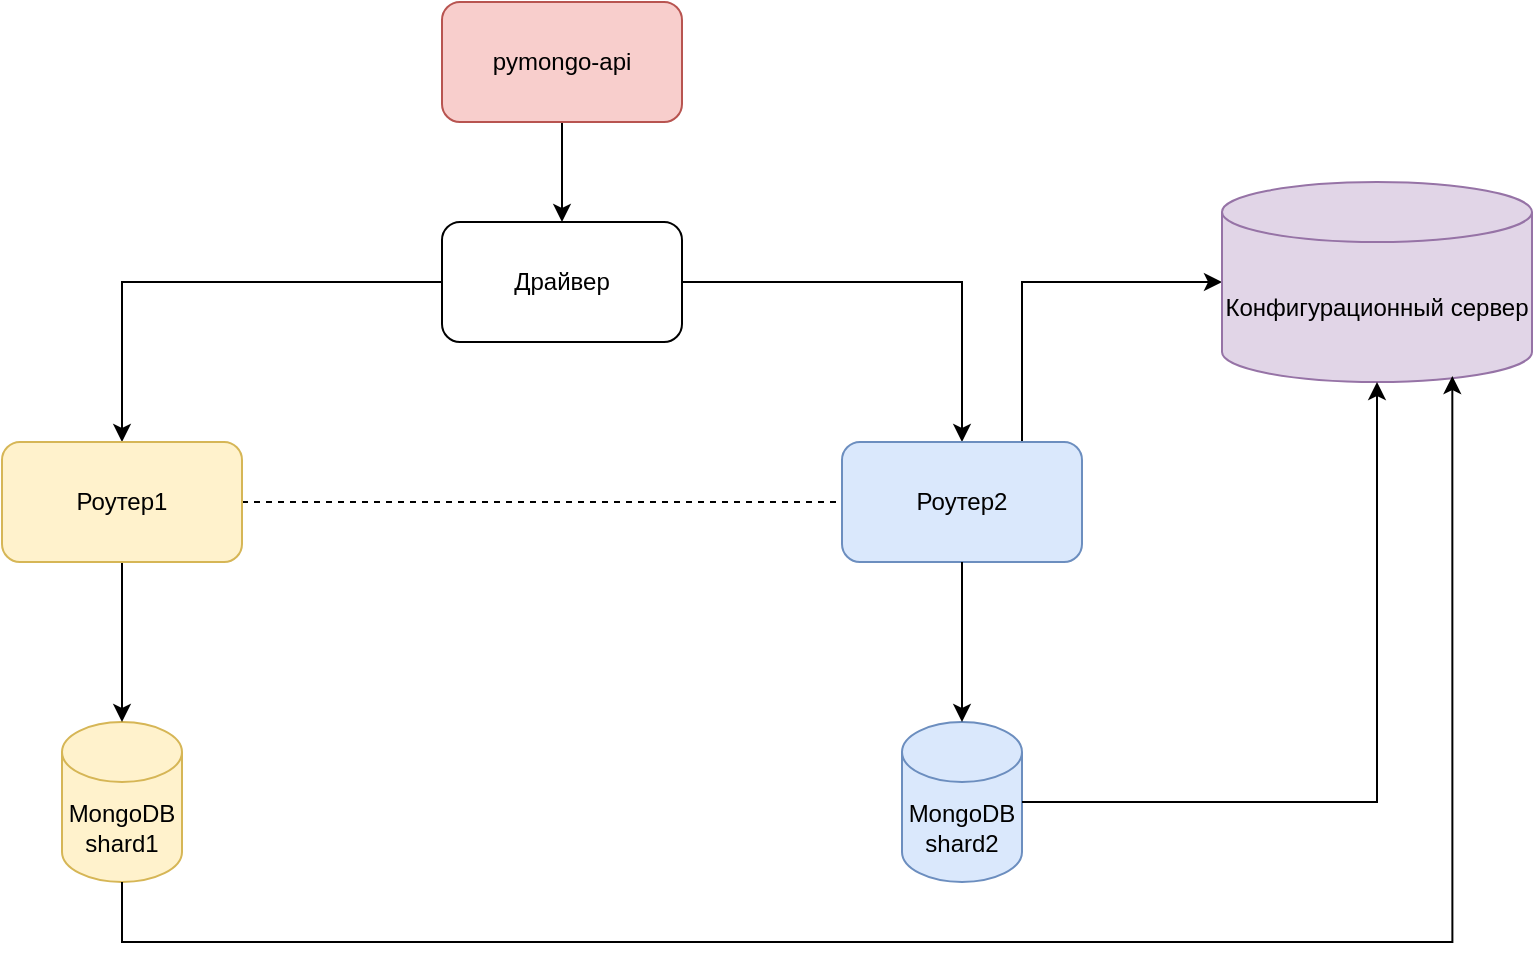
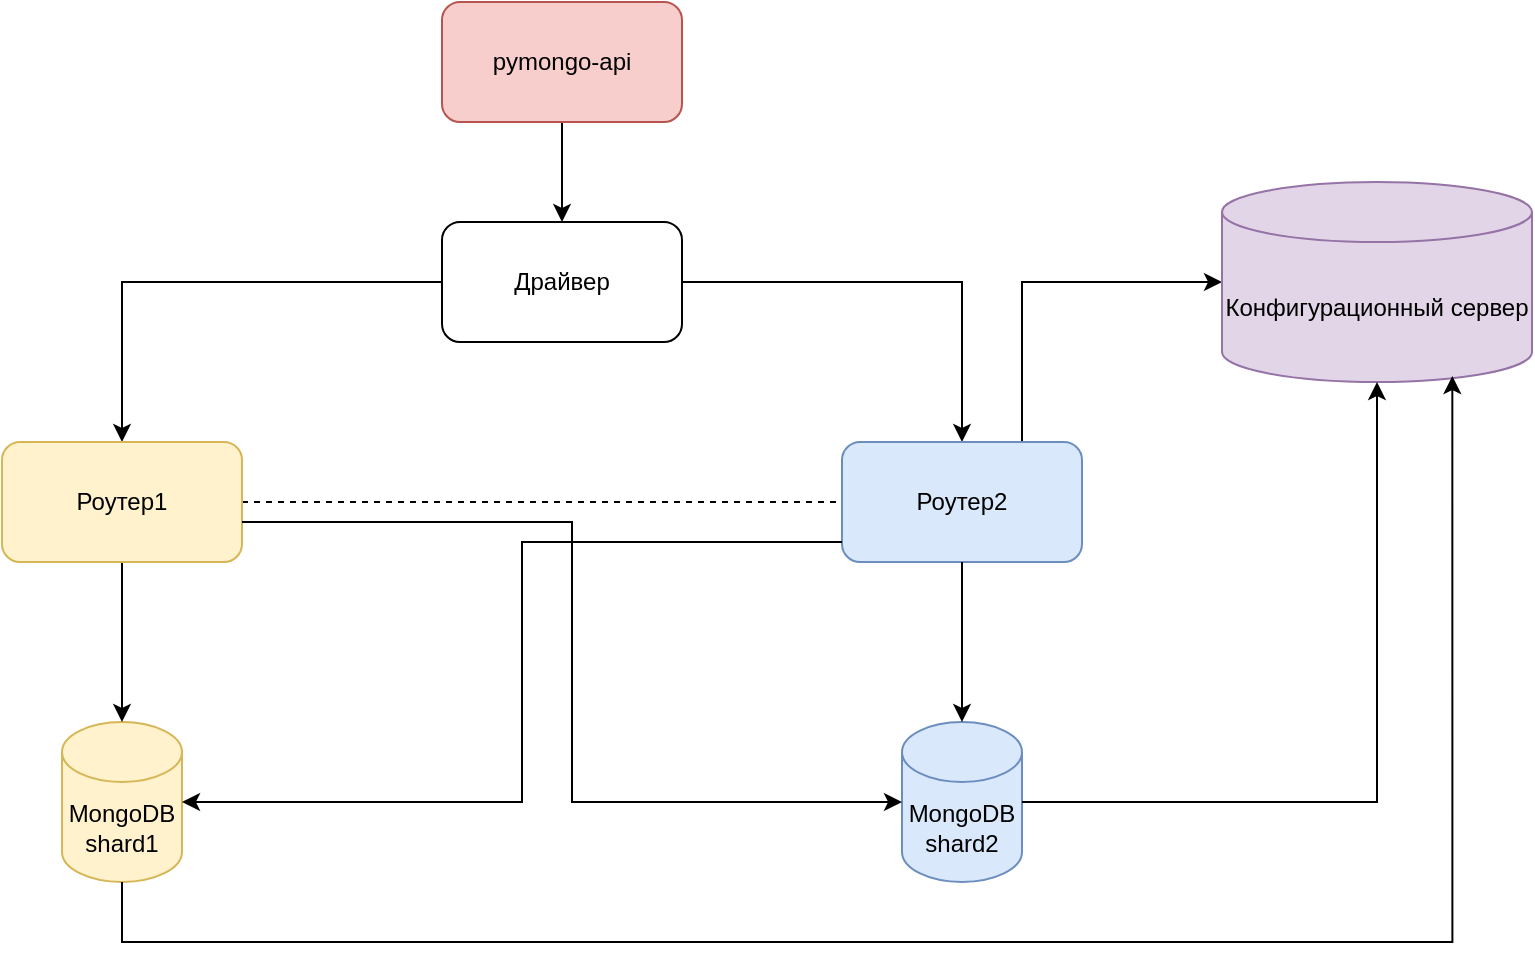
<mxfile host="app.diagrams.net" agent="Mozilla/5.0 (Macintosh; Intel Mac OS X 10_15_7) AppleWebKit/537.36 (KHTML, like Gecko) draw.io/24.6.4 Chrome/124.0.6367.207 Electron/30.0.6 Safari/537.36">
  <diagram name="Page-1" id="-H_mtQnk-PTXWXPvYvuk">
    <mxGraphModel dx="1030" dy="562" grid="1" gridSize="10" guides="1" tooltips="1" connect="1" arrows="1" fold="1" page="1" pageScale="1" pageWidth="1169" pageHeight="827" math="0" shadow="0">
      <root>
        <mxCell id="0" />
        <mxCell id="1" parent="0" />
        <mxCell id="zA23MoTUsTF4_91t8viU-2" parent="1" style="shape=cylinder3;whiteSpace=wrap;html=1;boundedLbl=1;backgroundOutline=1;size=15;fillColor=#fff2cc;strokeColor=#d6b656;" value="MongoDB&lt;br&gt;shard1" vertex="1">
          <mxGeometry height="80" width="60" x="150" y="470" as="geometry" />
        </mxCell>
        <mxCell id="JA4CdrQExTbod57CP28f-2" edge="1" parent="1" source="zA23MoTUsTF4_91t8viU-3" style="edgeStyle=orthogonalEdgeStyle;rounded=0;orthogonalLoop=1;jettySize=auto;html=1;" target="JA4CdrQExTbod57CP28f-1" value="">
          <mxGeometry relative="1" as="geometry" />
        </mxCell>
        <mxCell id="zA23MoTUsTF4_91t8viU-3" parent="1" style="rounded=1;whiteSpace=wrap;html=1;fillColor=#f8cecc;strokeColor=#b85450;" value="pymongo-api" vertex="1">
          <mxGeometry height="60" width="120" x="340" y="110" as="geometry" />
        </mxCell>
        <mxCell id="JA4CdrQExTbod57CP28f-4" edge="1" parent="1" source="JA4CdrQExTbod57CP28f-1" style="edgeStyle=orthogonalEdgeStyle;rounded=0;orthogonalLoop=1;jettySize=auto;html=1;" target="JA4CdrQExTbod57CP28f-3" value="">
          <mxGeometry relative="1" as="geometry" />
        </mxCell>
        <mxCell id="JA4CdrQExTbod57CP28f-10" edge="1" parent="1" source="JA4CdrQExTbod57CP28f-1" style="edgeStyle=orthogonalEdgeStyle;rounded=0;orthogonalLoop=1;jettySize=auto;html=1;" target="JA4CdrQExTbod57CP28f-7">
          <mxGeometry relative="1" as="geometry" />
        </mxCell>
        <mxCell id="JA4CdrQExTbod57CP28f-1" parent="1" style="whiteSpace=wrap;html=1;rounded=1;rotation=0;" value="Драйвер" vertex="1">
          <mxGeometry height="60" width="120" x="340" y="220" as="geometry" />
        </mxCell>
        <mxCell id="JA4CdrQExTbod57CP28f-15" edge="1" parent="1" source="JA4CdrQExTbod57CP28f-3" style="edgeStyle=orthogonalEdgeStyle;rounded=0;orthogonalLoop=1;jettySize=auto;html=1;" target="zA23MoTUsTF4_91t8viU-2">
          <mxGeometry relative="1" as="geometry" />
        </mxCell>
        <mxCell id="JA4CdrQExTbod57CP28f-18" edge="1" parent="1" source="JA4CdrQExTbod57CP28f-3" style="edgeStyle=orthogonalEdgeStyle;rounded=0;orthogonalLoop=1;jettySize=auto;html=1;dashed=1;endArrow=none;endFill=0;" target="JA4CdrQExTbod57CP28f-7">
          <mxGeometry relative="1" as="geometry" />
        </mxCell>
        <mxCell id="JA4CdrQExTbod57CP28f-3" parent="1" style="whiteSpace=wrap;html=1;rounded=1;fillColor=#fff2cc;strokeColor=#d6b656;" value="Роутер1" vertex="1">
          <mxGeometry height="60" width="120" x="120" y="330" as="geometry" />
        </mxCell>
        <mxCell id="JA4CdrQExTbod57CP28f-12" edge="1" parent="1" source="JA4CdrQExTbod57CP28f-7" style="edgeStyle=orthogonalEdgeStyle;rounded=0;orthogonalLoop=1;jettySize=auto;html=1;" target="JA4CdrQExTbod57CP28f-11">
          <mxGeometry relative="1" as="geometry">
            <Array as="points">
              <mxPoint x="630" y="250" />
            </Array>
          </mxGeometry>
        </mxCell>
        <mxCell id="JA4CdrQExTbod57CP28f-7" parent="1" style="whiteSpace=wrap;html=1;rounded=1;fillColor=#dae8fc;strokeColor=#6c8ebf;" value="Роутер2" vertex="1">
          <mxGeometry height="60" width="120" x="540" y="330" as="geometry" />
        </mxCell>
        <mxCell id="JA4CdrQExTbod57CP28f-11" parent="1" style="shape=cylinder3;whiteSpace=wrap;html=1;boundedLbl=1;backgroundOutline=1;size=15;fillColor=#e1d5e7;strokeColor=#9673a6;" value="Конфигурационный сервер" vertex="1">
          <mxGeometry height="100" width="155" x="730" y="200" as="geometry" />
        </mxCell>
        <mxCell id="JA4CdrQExTbod57CP28f-13" parent="1" style="shape=cylinder3;whiteSpace=wrap;html=1;boundedLbl=1;backgroundOutline=1;size=15;fillColor=#dae8fc;strokeColor=#6c8ebf;" value="MongoDB&lt;br&gt;shard2" vertex="1">
          <mxGeometry height="80" width="60" x="570" y="470" as="geometry" />
        </mxCell>
        <mxCell id="JA4CdrQExTbod57CP28f-14" edge="1" parent="1" source="JA4CdrQExTbod57CP28f-7" style="edgeStyle=orthogonalEdgeStyle;rounded=0;orthogonalLoop=1;jettySize=auto;html=1;" target="JA4CdrQExTbod57CP28f-13">
          <mxGeometry relative="1" as="geometry">
            <Array as="points" />
          </mxGeometry>
        </mxCell>
        <mxCell id="JA4CdrQExTbod57CP28f-16" edge="1" parent="1" source="JA4CdrQExTbod57CP28f-13" style="edgeStyle=orthogonalEdgeStyle;rounded=0;orthogonalLoop=1;jettySize=auto;html=1;entryX=0.5;entryY=1;entryDx=0;entryDy=0;entryPerimeter=0;" target="JA4CdrQExTbod57CP28f-11">
          <mxGeometry relative="1" as="geometry" />
        </mxCell>
        <mxCell id="JA4CdrQExTbod57CP28f-17" edge="1" parent="1" source="zA23MoTUsTF4_91t8viU-2" style="edgeStyle=orthogonalEdgeStyle;rounded=0;orthogonalLoop=1;jettySize=auto;html=1;entryX=0.743;entryY=0.97;entryDx=0;entryDy=0;entryPerimeter=0;" target="JA4CdrQExTbod57CP28f-11">
          <mxGeometry relative="1" as="geometry">
            <Array as="points">
              <mxPoint x="180" y="580" />
              <mxPoint x="845" y="580" />
            </Array>
          </mxGeometry>
        </mxCell>
+         <mxCell id="Mv72-xZO2wlZINET7_lI-1" edge="1" parent="1" source="JA4CdrQExTbod57CP28f-7" style="edgeStyle=orthogonalEdgeStyle;rounded=0;orthogonalLoop=1;jettySize=auto;html=1;entryX=1;entryY=0.5;entryDx=0;entryDy=0;entryPerimeter=0;" target="zA23MoTUsTF4_91t8viU-2">
+           <mxGeometry relative="1" as="geometry">
+             <Array as="points">
+               <mxPoint x="380" y="380" />
+               <mxPoint x="380" y="510" />
+             </Array>
+           </mxGeometry>
+         </mxCell>
+         <mxCell id="Mv72-xZO2wlZINET7_lI-2" edge="1" parent="1" source="JA4CdrQExTbod57CP28f-3" style="edgeStyle=orthogonalEdgeStyle;rounded=0;orthogonalLoop=1;jettySize=auto;html=1;entryX=0;entryY=0.5;entryDx=0;entryDy=0;entryPerimeter=0;" target="JA4CdrQExTbod57CP28f-13">
+           <mxGeometry relative="1" as="geometry">
+             <Array as="points">
+               <mxPoint x="405" y="370" />
+               <mxPoint x="405" y="510" />
+             </Array>
+           </mxGeometry>
+         </mxCell>
      </root>
    </mxGraphModel>
  </diagram>
</mxfile>
